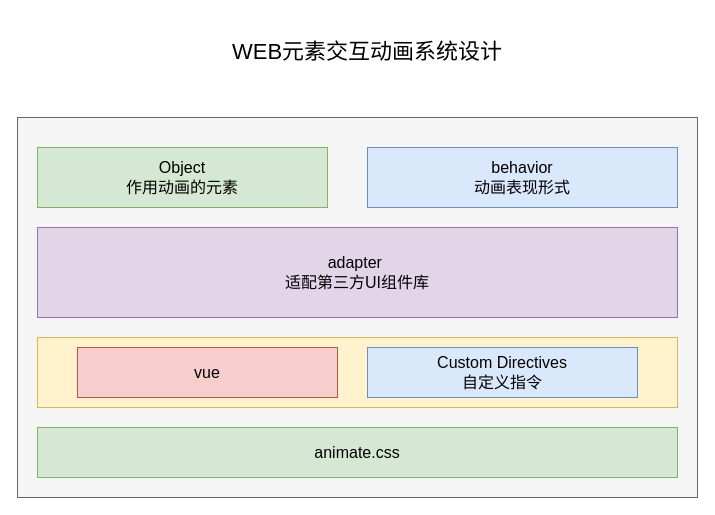
The draw.io diagram animate.drawio in meterXu/drawiofile, before the edit. Source tidied: cells renumbered, new cells numbered last; positions are measured from the earlier drawing's top-left corner, leaving out a move shared by most shapes. Both pictures are drawn from the tidied source at 100%, with x=0, y=0 at pixel (17, 17).
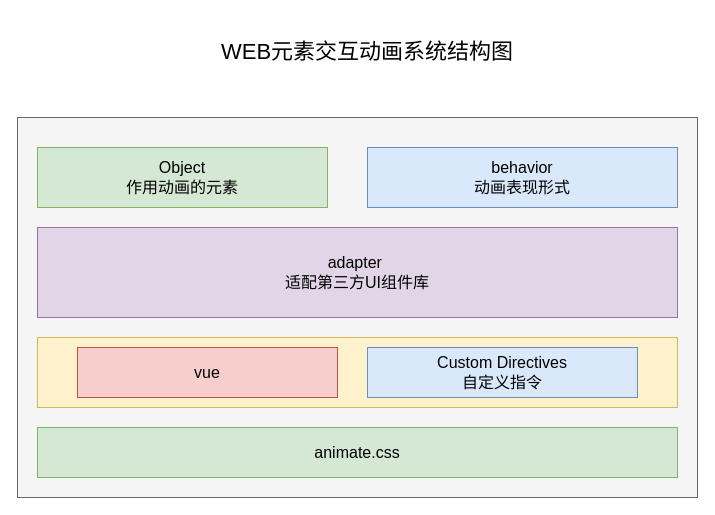
The same diagram, later.

The edit, as a diff of the source:
```diff
@@
 <mxGraphModel>
   <root>
     <mxCell id="0" />
     <mxCell id="1" parent="0" />
     <mxCell id="2" style="rounded=0;whiteSpace=wrap;html=1;fillColor=#f5f5f5;strokeColor=#666666;fontColor=#333333;" parent="1" vertex="1">
       <mxGeometry y="100" width="680" height="380" as="geometry" />
     </mxCell>
     <mxCell id="3" style="rounded=0;whiteSpace=wrap;html=1;fillColor=#fff2cc;strokeColor=#d6b656;" parent="1" vertex="1">
       <mxGeometry x="20" y="320" width="640" height="70" as="geometry" />
     </mxCell>
     <mxCell id="4" value="&lt;font style=&quot;font-size: 16px&quot;&gt;Custom Directives&lt;br&gt;自定义指令&lt;/font&gt;" style="rounded=0;whiteSpace=wrap;html=1;fillColor=#dae8fc;strokeColor=#6c8ebf;" parent="1" vertex="1">
       <mxGeometry x="350" y="330" width="270" height="50" as="geometry" />
     </mxCell>
     <mxCell id="5" value="&lt;font style=&quot;font-size: 16px&quot;&gt;vue&lt;/font&gt;" style="rounded=0;whiteSpace=wrap;html=1;fillColor=#f8cecc;strokeColor=#b85450;" parent="1" vertex="1">
       <mxGeometry x="60" y="330" width="260" height="50" as="geometry" />
     </mxCell>
     <mxCell id="6" value="&lt;font style=&quot;font-size: 16px&quot;&gt;animate.css&lt;/font&gt;" style="rounded=0;whiteSpace=wrap;html=1;fillColor=#d5e8d4;strokeColor=#82b366;" parent="1" vertex="1">
       <mxGeometry x="20" y="410" width="640" height="50" as="geometry" />
     </mxCell>
-    <mxCell id="7" value="&lt;font style=&quot;font-size: 22px&quot;&gt;WEB元素交互动画系统设计&lt;/font&gt;" style="text;html=1;strokeColor=none;fillColor=none;align=center;verticalAlign=middle;whiteSpace=wrap;rounded=0;" parent="1" vertex="1">
+    <mxCell id="7" value="&lt;font style=&quot;font-size: 22px&quot;&gt;WEB元素交互动画系统结构图&lt;/font&gt;" style="text;html=1;strokeColor=none;fillColor=none;align=center;verticalAlign=middle;whiteSpace=wrap;rounded=0;" parent="1" vertex="1">
       <mxGeometry x="180" width="340" height="70" as="geometry" />
     </mxCell>
     <mxCell id="8" value="&lt;font style=&quot;font-size: 16px&quot;&gt;Object&lt;br&gt;作用动画的元素&lt;/font&gt;" style="rounded=0;whiteSpace=wrap;html=1;fillColor=#d5e8d4;strokeColor=#82b366;" parent="1" vertex="1">
       <mxGeometry x="20" y="130" width="290" height="60" as="geometry" />
     </mxCell>
     <mxCell id="9" value="&lt;font style=&quot;font-size: 16px&quot;&gt;behavior&lt;br&gt;动画表现形式&lt;/font&gt;" style="rounded=0;whiteSpace=wrap;html=1;fillColor=#dae8fc;strokeColor=#6c8ebf;" parent="1" vertex="1">
       <mxGeometry x="350" y="130" width="310" height="60" as="geometry" />
     </mxCell>
     <mxCell id="10" value="&lt;font style=&quot;font-size: 16px&quot;&gt;adapter&amp;nbsp;&lt;br&gt;适配第三方UI组件库&lt;/font&gt;" style="rounded=0;whiteSpace=wrap;html=1;fillColor=#e1d5e7;strokeColor=#9673a6;" parent="1" vertex="1">
       <mxGeometry x="20" y="210" width="640" height="90" as="geometry" />
     </mxCell>
   </root>
 </mxGraphModel>
```
